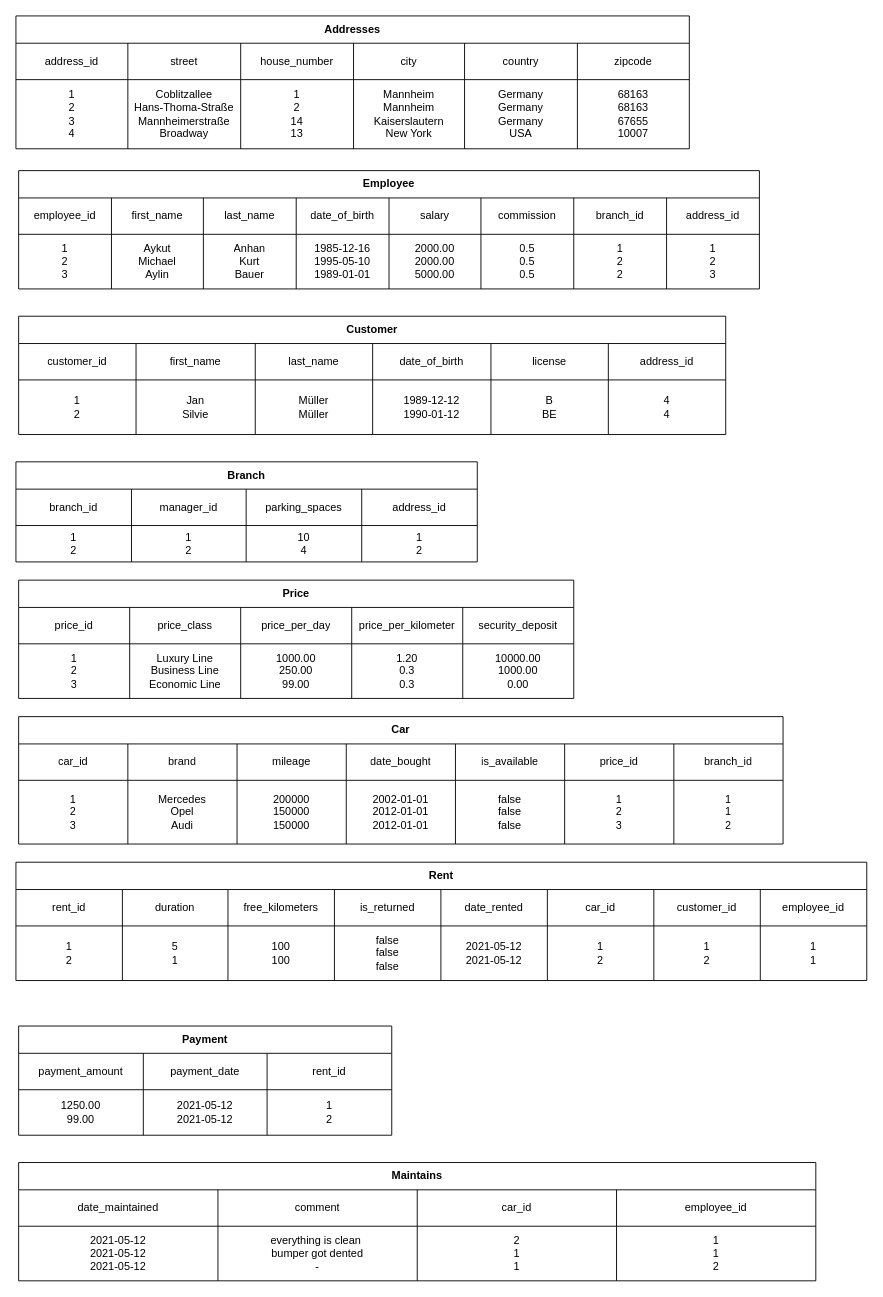
The draw.io diagram page "Page-1" (1 of 2) of Database/erm/3_Normalform.drawio in Madhour/Car2Rent, before the edit. Source tidied: cells renumbered, new cells numbered last; positions are measured from the earlier drawing's top-left corner, leaving out a move shared by most shapes. Both pictures are drawn from the tidied source at 91%, with x=0, y=0 at pixel (15, 15).
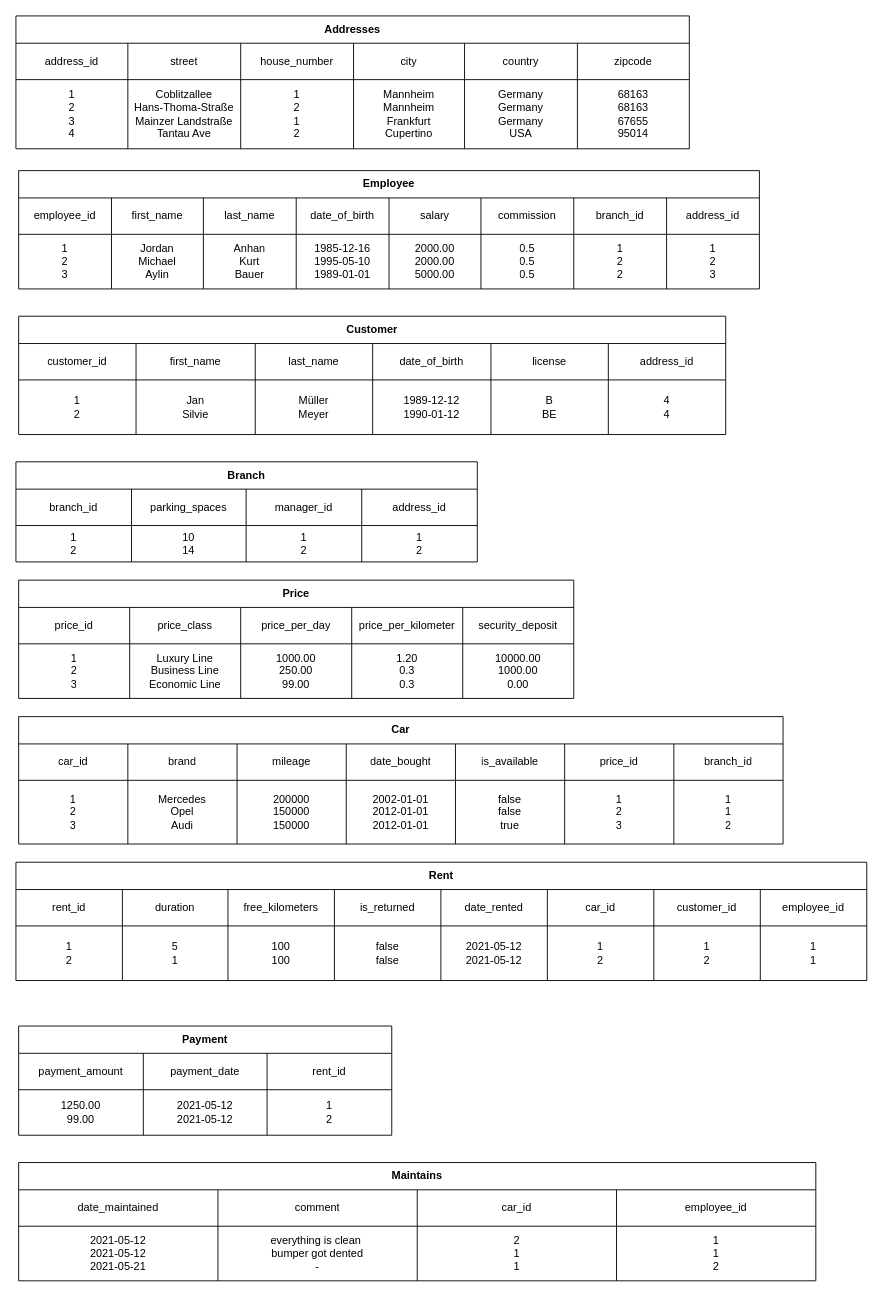
After the change.

Unchanged cells that the change refers to:
```xml
<mxCell id="10" style="shape=partialRectangle;html=1;whiteSpace=wrap;fillColor=none;top=0;left=0;bottom=0;right=0;" parent="2" vertex="1">
  <mxGeometry y="70" width="740" height="76" as="geometry" />
</mxCell>
<mxCell id="27" style="shape=partialRectangle;html=1;whiteSpace=wrap;fillColor=none;top=0;left=0;bottom=0;right=0;" parent="17" vertex="1">
  <mxGeometry y="70" width="814" height="60" as="geometry" />
</mxCell>
<mxCell id="44" style="shape=partialRectangle;html=1;whiteSpace=wrap;fillColor=none;top=0;left=0;bottom=0;right=0;" parent="36" vertex="1">
  <mxGeometry y="70" width="777" height="60" as="geometry" />
</mxCell>
<mxCell id="52" style="shape=partialRectangle;html=1;whiteSpace=wrap;fillColor=none;top=0;left=0;bottom=0;right=0;" parent="51" vertex="1">
  <mxGeometry y="30" width="507" height="40" as="geometry" />
</mxCell>
<mxCell id="57" style="shape=partialRectangle;html=1;whiteSpace=wrap;fillColor=none;top=0;left=0;bottom=0;right=0;" parent="51" vertex="1">
  <mxGeometry y="70" width="507" height="40" as="geometry" />
</mxCell>
<mxCell id="84" style="shape=partialRectangle;html=1;whiteSpace=wrap;fillColor=none;top=0;left=0;bottom=0;right=0;" parent="75" vertex="1">
  <mxGeometry y="70" width="840" height="70" as="geometry" />
</mxCell>
<mxCell id="102" style="shape=partialRectangle;html=1;whiteSpace=wrap;fillColor=none;top=0;left=0;bottom=0;right=0;" parent="92" vertex="1">
  <mxGeometry y="70" width="935" height="60" as="geometry" />
</mxCell>
<mxCell id="126" style="shape=partialRectangle;html=1;whiteSpace=wrap;fillColor=none;top=0;left=0;bottom=0;right=0;" parent="120" vertex="1">
  <mxGeometry y="70" width="876" height="60" as="geometry" />
</mxCell>
```

Change to the diagram source:
```diff
@@
-    <mxCell id="12" value="Coblitzallee&lt;br&gt;Hans-Thoma-Straße&lt;br&gt;Mannheimerstraße&lt;br&gt;Broadway" style="shape=partialRectangle;html=1;whiteSpace=wrap;fillColor=none;top=0;left=0;bottom=0;right=0;overflow=hidden;" parent="10" vertex="1">
+    <mxCell id="12" value="Coblitzallee&lt;br&gt;Hans-Thoma-Straße&lt;br&gt;Mainzer Landstraße&lt;br&gt;Tantau Ave" style="shape=partialRectangle;html=1;whiteSpace=wrap;fillColor=none;top=0;left=0;bottom=0;right=0;overflow=hidden;" parent="10" vertex="1">
       <mxGeometry x="123" width="124" height="76" as="geometry" />
     </mxCell>
-    <mxCell id="13" value="1&lt;br&gt;2&lt;br&gt;14&lt;br&gt;13" style="shape=partialRectangle;html=1;whiteSpace=wrap;fillColor=none;top=0;left=0;bottom=0;right=0;overflow=hidden;" parent="10" vertex="1">
+    <mxCell id="13" value="1&lt;br&gt;2&lt;br&gt;1&lt;br&gt;2" style="shape=partialRectangle;html=1;whiteSpace=wrap;fillColor=none;top=0;left=0;bottom=0;right=0;overflow=hidden;" parent="10" vertex="1">
       <mxGeometry x="247" width="124" height="76" as="geometry" />
     </mxCell>
-    <mxCell id="14" value="Mannheim&lt;br&gt;Mannheim&lt;br&gt;Kaiserslautern&lt;br&gt;New York" style="shape=partialRectangle;html=1;whiteSpace=wrap;fillColor=none;top=0;left=0;bottom=0;right=0;overflow=hidden;" parent="10" vertex="1">
+    <mxCell id="14" value="Mannheim&lt;br&gt;Mannheim&lt;br&gt;Frankfurt&lt;br&gt;Cupertino" style="shape=partialRectangle;html=1;whiteSpace=wrap;fillColor=none;top=0;left=0;bottom=0;right=0;overflow=hidden;" parent="10" vertex="1">
       <mxGeometry x="371" width="122" height="76" as="geometry" />
     </mxCell>
@@
-    <mxCell id="16" value="68163&lt;br&gt;68163&lt;br&gt;67655&lt;br&gt;10007" style="shape=partialRectangle;html=1;whiteSpace=wrap;fillColor=none;top=0;left=0;bottom=0;right=0;overflow=hidden;" parent="10" vertex="1">
+    <mxCell id="16" value="68163&lt;br&gt;68163&lt;br&gt;67655&lt;br&gt;&lt;span class=&quot;LrzXr&quot;&gt;95014&lt;/span&gt;" style="shape=partialRectangle;html=1;whiteSpace=wrap;fillColor=none;top=0;left=0;bottom=0;right=0;overflow=hidden;" parent="10" vertex="1">
       <mxGeometry x="617" width="123" height="76" as="geometry" />
     </mxCell>
@@
-    <mxCell id="29" value="Aykut&lt;br&gt;Michael&lt;br&gt;Aylin" style="shape=partialRectangle;html=1;whiteSpace=wrap;fillColor=none;top=0;left=0;bottom=0;right=0;overflow=hidden;" parent="27" vertex="1">
+    <mxCell id="29" value="Jordan&lt;br&gt;Michael&lt;br&gt;Aylin" style="shape=partialRectangle;html=1;whiteSpace=wrap;fillColor=none;top=0;left=0;bottom=0;right=0;overflow=hidden;" parent="27" vertex="1">
       <mxGeometry x="102" width="101" height="60" as="geometry" />
     </mxCell>
@@
-    <mxCell id="47" value="Müller&lt;br&gt;Müller" style="shape=partialRectangle;html=1;whiteSpace=wrap;fillColor=none;top=0;left=0;bottom=0;right=0;overflow=hidden;" parent="44" vertex="1">
+    <mxCell id="47" value="Müller&lt;br&gt;Meyer" style="shape=partialRectangle;html=1;whiteSpace=wrap;fillColor=none;top=0;left=0;bottom=0;right=0;overflow=hidden;" parent="44" vertex="1">
       <mxGeometry x="260" width="129" height="60" as="geometry" />
     </mxCell>
@@
-    <mxCell id="54" value="manager_id" style="shape=partialRectangle;html=1;whiteSpace=wrap;fillColor=none;top=0;left=0;bottom=0;right=0;overflow=hidden;" parent="52" vertex="1">
+    <mxCell id="54" value="parking_spaces" style="shape=partialRectangle;html=1;whiteSpace=wrap;fillColor=none;top=0;left=0;bottom=0;right=0;overflow=hidden;" parent="52" vertex="1">
       <mxGeometry x="127" width="126" height="40" as="geometry" />
     </mxCell>
-    <mxCell id="55" value="parking_spaces" style="shape=partialRectangle;html=1;whiteSpace=wrap;fillColor=none;top=0;left=0;bottom=0;right=0;overflow=hidden;" parent="52" vertex="1">
+    <mxCell id="55" value="manager_id" style="shape=partialRectangle;html=1;whiteSpace=wrap;fillColor=none;top=0;left=0;bottom=0;right=0;overflow=hidden;" parent="52" vertex="1">
       <mxGeometry x="253" width="127" height="40" as="geometry" />
     </mxCell>
@@
-    <mxCell id="59" value="1&lt;br&gt;2" style="shape=partialRectangle;html=1;whiteSpace=wrap;fillColor=none;top=0;left=0;bottom=0;right=0;overflow=hidden;" parent="57" vertex="1">
+    <mxCell id="59" value="10&lt;br&gt;14" style="shape=partialRectangle;html=1;whiteSpace=wrap;fillColor=none;top=0;left=0;bottom=0;right=0;overflow=hidden;" parent="57" vertex="1">
       <mxGeometry x="127" width="126" height="40" as="geometry" />
     </mxCell>
-    <mxCell id="60" value="10&lt;br&gt;4" style="shape=partialRectangle;html=1;whiteSpace=wrap;fillColor=none;top=0;left=0;bottom=0;right=0;overflow=hidden;" parent="57" vertex="1">
+    <mxCell id="60" value="1&lt;br&gt;2" style="shape=partialRectangle;html=1;whiteSpace=wrap;fillColor=none;top=0;left=0;bottom=0;right=0;overflow=hidden;" parent="57" vertex="1">
       <mxGeometry x="253" width="127" height="40" as="geometry" />
     </mxCell>
@@
-    <mxCell id="89" value="false&lt;br&gt;false&lt;br&gt;false" style="shape=partialRectangle;html=1;whiteSpace=wrap;fillColor=none;top=0;left=0;bottom=0;right=0;overflow=hidden;" parent="84" vertex="1">
+    <mxCell id="89" value="false&lt;br&gt;false&lt;br&gt;true" style="shape=partialRectangle;html=1;whiteSpace=wrap;fillColor=none;top=0;left=0;bottom=0;right=0;overflow=hidden;" parent="84" vertex="1">
       <mxGeometry x="480" width="120" height="70" as="geometry" />
     </mxCell>
@@
-    <mxCell id="106" value="false&lt;br&gt;false&lt;br&gt;false" style="shape=partialRectangle;html=1;whiteSpace=wrap;fillColor=none;top=0;left=0;bottom=0;right=0;overflow=hidden;" parent="102" vertex="1">
+    <mxCell id="106" value="false&lt;br&gt;false" style="shape=partialRectangle;html=1;whiteSpace=wrap;fillColor=none;top=0;left=0;bottom=0;right=0;overflow=hidden;" parent="102" vertex="1">
       <mxGeometry x="350" width="117" height="60" as="geometry" />
     </mxCell>
@@
-    <mxCell id="127" value="2021-05-12&lt;br&gt;2021-05-12&lt;br&gt;2021-05-12" style="shape=partialRectangle;html=1;whiteSpace=wrap;fillColor=none;top=0;left=0;bottom=0;right=0;overflow=hidden;" parent="126" vertex="1">
+    <mxCell id="127" value="2021-05-12&lt;br&gt;2021-05-12&lt;br&gt;2021-05-21" style="shape=partialRectangle;html=1;whiteSpace=wrap;fillColor=none;top=0;left=0;bottom=0;right=0;overflow=hidden;" parent="126" vertex="1">
       <mxGeometry width="219" height="60" as="geometry" />
     </mxCell>
```
